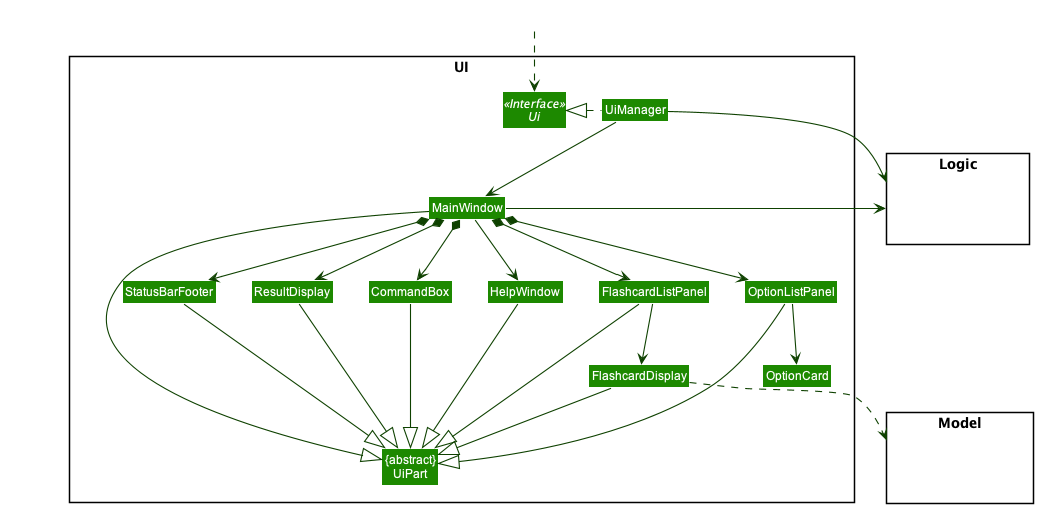
This is docs/images/UiClassDiagram.png from nus-cs2103-AY2021S1/tp, a PlantUML export, as it was before one commit.
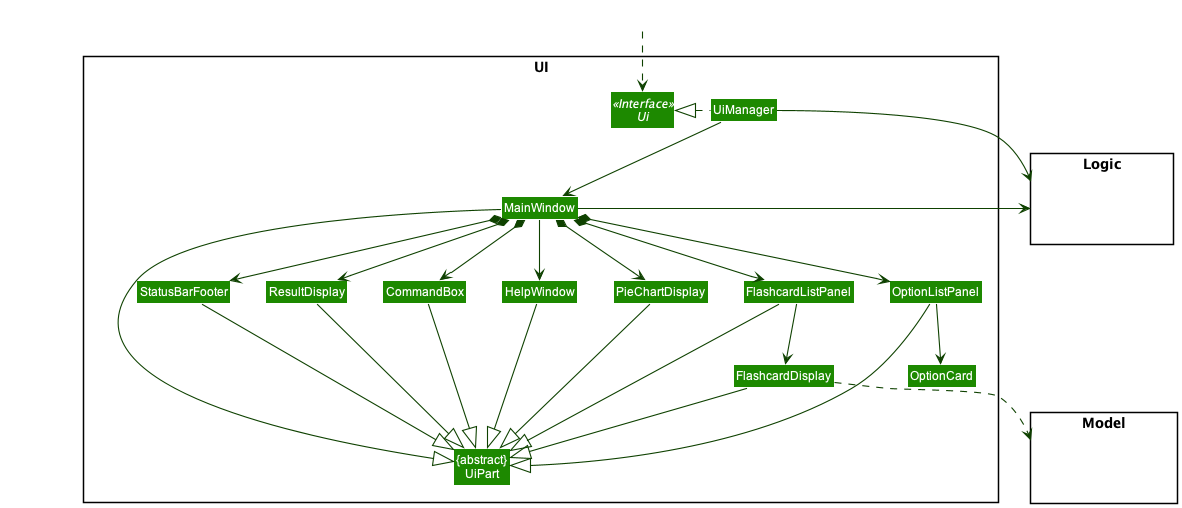
After the commit.

What changed in the source:
```diff
@@ -17,6 +17,7 @@
 Class CommandBox
 Class OptionListPanel
 Class OptionCard
+Class PieChartDisplay
 }
 
 package Model <<Rectangle>> {
@@ -38,6 +39,7 @@
 MainWindow *-down-> FlashcardListPanel
 MainWindow *-down-> StatusBarFooter
 MainWindow *-down-> OptionListPanel
+MainWindow *-down-> PieChartDisplay
 
 FlashcardListPanel -down-> FlashcardDisplay
 OptionListPanel -down-> OptionCard
@@ -51,13 +53,16 @@
 StatusBarFooter --|> UiPart
 HelpWindow -down-|> UiPart
 OptionListPanel --|> UiPart
+PieChartDisplay --|> UiPart
 
 FlashcardDisplay ..> Model
 UiManager -right-> Logic
 MainWindow -left-> Logic
 
+
 OptionListPanel -[hidden]left- FlashcardListPanel
-FlashcardListPanel -[hidden]left- HelpWindow
+FlashcardListPanel -[hidden]left- PieChartDisplay
+PieChartDisplay -[hidden]left- HelpWindow
 HelpWindow -[hidden]left- CommandBox
 CommandBox -[hidden]left- ResultDisplay
 ResultDisplay -[hidden]left- StatusBarFooter
```
